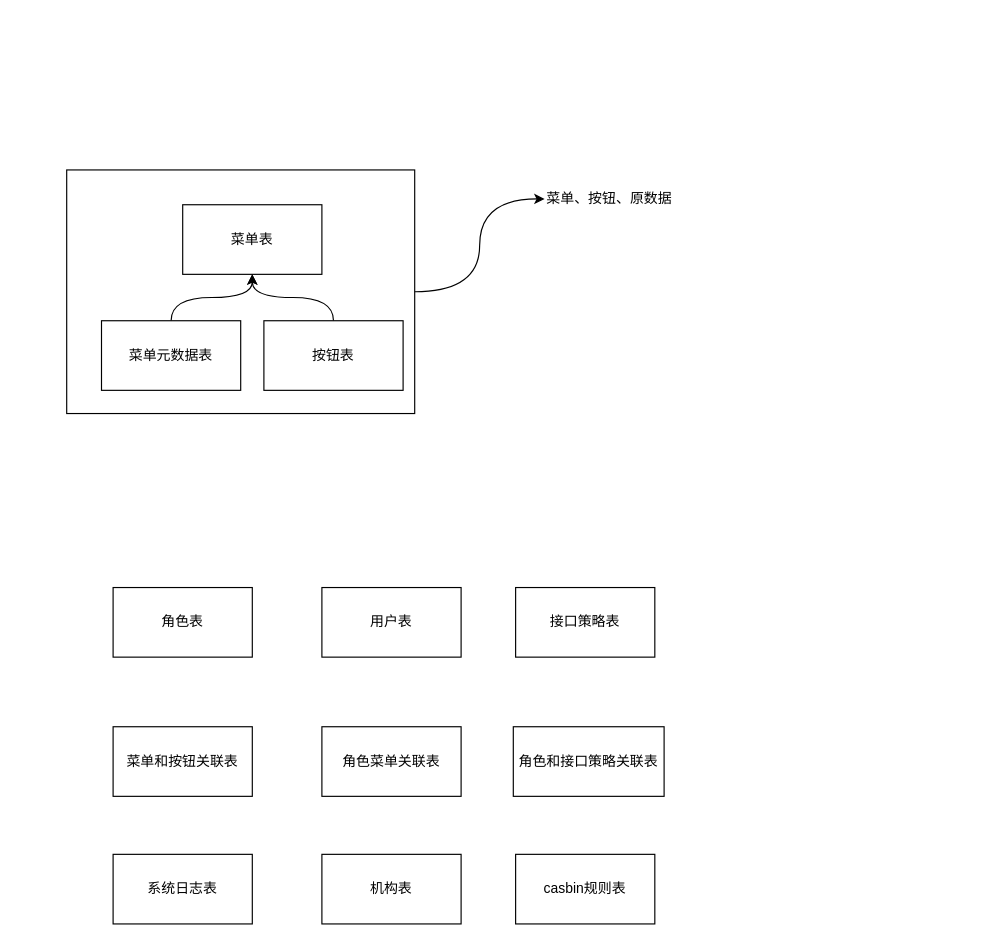
The draw.io diagram zk-iris系统模块流程图.drawio in chwnjianhui/draw.io, before the edit. Source tidied: cells renumbered, new cells numbered last; positions are measured from the earlier drawing's top-left corner, leaving out a move shared by most shapes. Both pictures are drawn from the tidied source at 116%, with x=0, y=0 at pixel (66, 169).
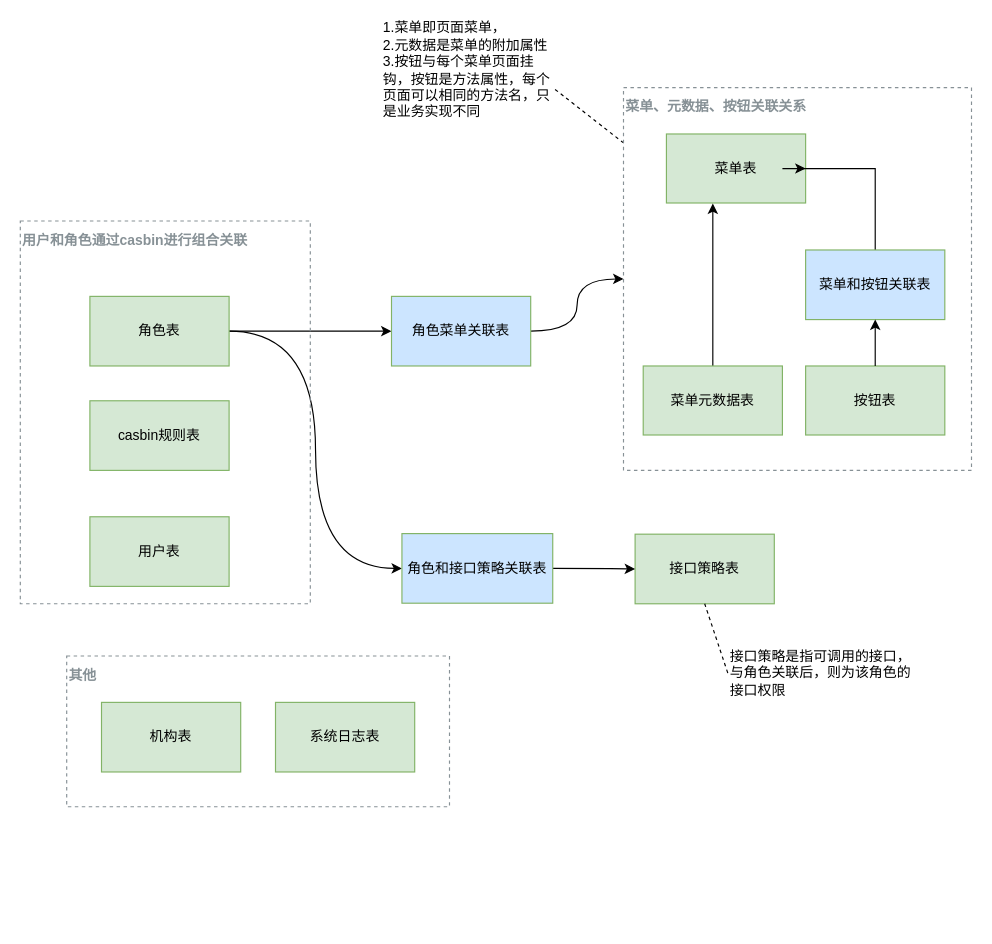
Above is the later version.

Commit message:
更新zk-iris系统模块流程图.drawio

Diff of the diagram source:
```diff
@@
+    <mxCell id="20" style="edgeStyle=orthogonalEdgeStyle;curved=1;rounded=0;jettySize=auto;html=1;" parent="1" edge="1" source="2" target="4">
+      <mxGeometry relative="1" as="geometry" />
+    </mxCell>
+    <mxCell id="21" style="edgeStyle=orthogonalEdgeStyle;curved=1;rounded=0;jettySize=auto;html=1;entryX=0;entryY=0.5;entryDx=0;entryDy=0;" parent="1" edge="1" source="2" target="7">
+      <mxGeometry relative="1" as="geometry" />
+    </mxCell>
+    <mxCell id="22" style="edgeStyle=orthogonalEdgeStyle;curved=1;rounded=0;jettySize=auto;html=1;entryX=0;entryY=0.5;entryDx=0;entryDy=0;" parent="1" edge="1" source="4" target="28">
+      <mxGeometry relative="1" as="geometry" />
+    </mxCell>
+    <mxCell id="4" value="角色菜单关联表" style="rounded=0;whiteSpace=wrap;html=1;fillColor=#CCE5FF;strokeColor=#82b366;" parent="1" vertex="1">
+      <mxGeometry x="280" y="109" width="120" height="60" as="geometry" />
+    </mxCell>
+    <mxCell id="5" value="接口策略表" style="rounded=0;whiteSpace=wrap;html=1;fillColor=#d5e8d4;strokeColor=#82b366;" parent="1" vertex="1">
+      <mxGeometry x="490" y="314" width="120" height="60" as="geometry" />
+    </mxCell>
+    <mxCell id="23" style="edgeStyle=orthogonalEdgeStyle;curved=1;rounded=0;jettySize=auto;html=1;" parent="1" edge="1" source="7" target="5">
+      <mxGeometry relative="1" as="geometry" />
+    </mxCell>
+    <mxCell id="7" value="角色和接口策略关联表" style="rounded=0;whiteSpace=wrap;html=1;fillColor=#CCE5FF;strokeColor=#82b366;" parent="1" vertex="1">
+      <mxGeometry x="289" y="313.5" width="130" height="60" as="geometry" />
+    </mxCell>
+    <mxCell id="18" value="1.菜单即页面菜单，&lt;br&gt;2.元数据是菜单的附加属性&lt;br&gt;3.按钮与每个菜单页面挂钩，按钮是方法属性，每个页面可以相同的方法名，只是业务实现不同" style="text;html=1;strokeColor=none;fillColor=none;align=left;verticalAlign=middle;whiteSpace=wrap;rounded=0;" parent="1" vertex="1">
+      <mxGeometry x="271" y="-101" width="148" height="30" as="geometry" />
+    </mxCell>
+    <mxCell id="24" value="接口策略是指可调用的接口，与角色关联后，则为该角色的接口权限" style="text;html=1;strokeColor=none;fillColor=none;align=left;verticalAlign=middle;whiteSpace=wrap;rounded=0;" parent="1" vertex="1">
+      <mxGeometry x="570" y="419" width="160" height="30" as="geometry" />
+    </mxCell>
+    <mxCell id="25" style="endArrow=none;dashed=1;html=1;rounded=0;curved=1;entryX=1;entryY=1;entryDx=0;entryDy=0;" parent="1" edge="1" source="28" target="18">
+      <mxGeometry relative="1" as="geometry" />
+    </mxCell>
+    <mxCell id="26" style="endArrow=none;dashed=1;html=1;rounded=0;curved=1;entryX=0;entryY=0.5;entryDx=0;entryDy=0;exitX=0.5;exitY=1;exitDx=0;exitDy=0;" parent="1" edge="1" source="5" target="24">
+      <mxGeometry relative="1" as="geometry" />
+    </mxCell>
+    <mxCell id="27" style="group;" parent="1" vertex="1">
+      <mxGeometry x="480" y="-71" width="300" height="330" as="geometry" />
+    </mxCell>
+    <mxCell id="28" value="菜单、元数据、按钮关联关系" style="outlineConnect=0;gradientColor=none;html=1;whiteSpace=wrap;fontSize=12;fontStyle=1;strokeColor=#879196;fillColor=none;verticalAlign=top;align=left;fontColor=#879196;dashed=1;spacingTop=3;" parent="27" vertex="1">
+      <mxGeometry width="300" height="330" as="geometry" />
+    </mxCell>
+    <mxCell id="13" value="菜单表" style="rounded=0;whiteSpace=wrap;html=1;fillColor=#d5e8d4;strokeColor=#82b366;" parent="27" vertex="1">
+      <mxGeometry x="37" y="40" width="120" height="59.5" as="geometry" />
+    </mxCell>
+    <mxCell id="29" style="edgeStyle=orthogonalEdgeStyle;rounded=0;jettySize=auto;html=1;exitX=0.5;exitY=0;exitDx=0;exitDy=0;" parent="27" edge="1" source="15">
+      <mxGeometry relative="1" as="geometry">
+        <mxPoint x="77" y="100" as="targetPoint" />
+      </mxGeometry>
+    </mxCell>
+    <mxCell id="15" value="菜单元数据表" style="rounded=0;whiteSpace=wrap;html=1;fillColor=#d5e8d4;strokeColor=#82b366;" parent="27" vertex="1">
+      <mxGeometry x="17" y="240" width="120" height="59.5" as="geometry" />
+    </mxCell>
+    <mxCell id="17" value="按钮表" style="rounded=0;whiteSpace=wrap;html=1;fillColor=#d5e8d4;strokeColor=#82b366;" parent="27" vertex="1">
+      <mxGeometry x="157" y="240" width="120" height="59.5" as="geometry" />
+    </mxCell>
+    <mxCell id="30" style="edgeStyle=orthogonalEdgeStyle;rounded=0;jettySize=auto;html=1;entryX=1;entryY=0.5;entryDx=0;entryDy=0;" parent="27" edge="1" source="6" target="13">
+      <mxGeometry relative="1" as="geometry" />
+    </mxCell>
+    <mxCell id="6" value="菜单和按钮关联表" style="rounded=0;whiteSpace=wrap;html=1;fillColor=#CCE5FF;strokeColor=#82b366;" parent="27" vertex="1">
+      <mxGeometry x="157" y="140" width="120" height="60" as="geometry" />
+    </mxCell>
+    <mxCell id="31" style="edgeStyle=orthogonalEdgeStyle;curved=1;rounded=0;jettySize=auto;html=1;exitX=0.5;exitY=0;exitDx=0;exitDy=0;entryX=0.5;entryY=1;entryDx=0;entryDy=0;" parent="27" edge="1" source="17" target="6">
+      <mxGeometry relative="1" as="geometry" />
+    </mxCell>
+    <mxCell id="32" style="group;" parent="1" vertex="1">
+      <mxGeometry x="-40" y="44" width="250" height="330" as="geometry" />
+    </mxCell>
+    <mxCell id="33" value="用户和角色通过casbin进行组合关联" style="gradientColor=none;html=1;whiteSpace=wrap;fontSize=12;fontStyle=1;strokeColor=#879196;fillColor=none;verticalAlign=top;align=left;fontColor=#879196;dashed=1;spacingTop=3;labelBorderColor=none;" parent="32" vertex="1">
+      <mxGeometry width="250" height="330" as="geometry" />
+    </mxCell>
-    <mxCell id="2" value="角色表" style="rounded=0;whiteSpace=wrap;html=1;" parent="1" vertex="1">
-      <mxGeometry x="40" y="360" width="120" height="60" as="geometry" />
+    <mxCell id="2" value="角色表" style="rounded=0;whiteSpace=wrap;html=1;fillColor=#d5e8d4;strokeColor=#82b366;" parent="32" vertex="1">
+      <mxGeometry x="60" y="65" width="120" height="60" as="geometry" />
     </mxCell>
-    <mxCell id="3" value="用户表" style="rounded=0;whiteSpace=wrap;html=1;" parent="1" vertex="1">
-      <mxGeometry x="220" y="360" width="120" height="60" as="geometry" />
+    <mxCell id="3" value="用户表" style="rounded=0;whiteSpace=wrap;html=1;fillColor=#d5e8d4;strokeColor=#82b366;" parent="32" vertex="1">
+      <mxGeometry x="60" y="255" width="120" height="60" as="geometry" />
     </mxCell>
-    <mxCell id="4" value="角色菜单关联表" style="rounded=0;whiteSpace=wrap;html=1;" parent="1" vertex="1">
-      <mxGeometry x="220" y="480" width="120" height="60" as="geometry" />
-    </mxCell>
-    <mxCell id="5" value="接口策略表" style="rounded=0;whiteSpace=wrap;html=1;" parent="1" vertex="1">
-      <mxGeometry x="387" y="360" width="120" height="60" as="geometry" />
-    </mxCell>
-    <mxCell id="6" value="菜单和按钮关联表" style="rounded=0;whiteSpace=wrap;html=1;" parent="1" vertex="1">
-      <mxGeometry x="40" y="480" width="120" height="60" as="geometry" />
-    </mxCell>
-    <mxCell id="7" value="角色和接口策略关联表" style="rounded=0;whiteSpace=wrap;html=1;" parent="1" vertex="1">
-      <mxGeometry x="385" y="480" width="130" height="60" as="geometry" />
-    </mxCell>
+    <mxCell id="10" value="casbin规则表" style="rounded=0;whiteSpace=wrap;html=1;fillColor=#d5e8d4;strokeColor=#82b366;" parent="32" vertex="1">
+      <mxGeometry x="60" y="155" width="120" height="60" as="geometry" />
+    </mxCell>
+    <mxCell id="34" style="group;" parent="1" vertex="1">
+      <mxGeometry y="419" width="330" height="130" as="geometry" />
+    </mxCell>
-    <mxCell id="8" value="系统日志表" style="rounded=0;whiteSpace=wrap;html=1;" parent="1" vertex="1">
-      <mxGeometry x="40" y="590" width="120" height="60" as="geometry" />
+    <mxCell id="8" value="系统日志表" style="rounded=0;whiteSpace=wrap;html=1;fillColor=#d5e8d4;strokeColor=#82b366;" parent="34" vertex="1">
+      <mxGeometry x="180" y="40" width="120" height="60" as="geometry" />
     </mxCell>
-    <mxCell id="9" value="机构表" style="rounded=0;whiteSpace=wrap;html=1;" parent="1" vertex="1">
-      <mxGeometry x="220" y="590" width="120" height="60" as="geometry" />
+    <mxCell id="9" value="机构表" style="rounded=0;whiteSpace=wrap;html=1;fillColor=#d5e8d4;strokeColor=#82b366;" parent="34" vertex="1">
+      <mxGeometry x="30" y="40" width="120" height="60" as="geometry" />
     </mxCell>
-    <mxCell id="10" value="casbin规则表" style="rounded=0;whiteSpace=wrap;html=1;" parent="1" vertex="1">
-      <mxGeometry x="387" y="590" width="120" height="60" as="geometry" />
-    </mxCell>
-    <mxCell id="11" style="group;" parent="1" vertex="1">
-      <mxGeometry width="300" height="210" as="geometry" />
-    </mxCell>
-    <mxCell id="12" style="rounded=0;whiteSpace=wrap;html=1;" parent="11" vertex="1">
-      <mxGeometry width="300" height="210" as="geometry" />
-    </mxCell>
-    <mxCell id="13" value="菜单表" style="rounded=0;whiteSpace=wrap;html=1;" parent="11" vertex="1">
-      <mxGeometry x="100" y="30" width="120" height="60" as="geometry" />
-    </mxCell>
-    <mxCell id="14" style="edgeStyle=orthogonalEdgeStyle;curved=1;rounded=0;jettySize=auto;html=1;exitX=0.5;exitY=0;exitDx=0;exitDy=0;entryX=0.5;entryY=1;entryDx=0;entryDy=0;" parent="11" edge="1" source="15" target="13">
-      <mxGeometry relative="1" as="geometry" />
-    </mxCell>
-    <mxCell id="15" value="菜单元数据表" style="rounded=0;whiteSpace=wrap;html=1;" parent="11" vertex="1">
-      <mxGeometry x="30" y="130" width="120" height="60" as="geometry" />
-    </mxCell>
-    <mxCell id="16" style="edgeStyle=orthogonalEdgeStyle;curved=1;rounded=0;jettySize=auto;html=1;exitX=0.5;exitY=0;exitDx=0;exitDy=0;" parent="11" edge="1" source="17" target="13">
-      <mxGeometry relative="1" as="geometry">
-        <Array as="points">
-          <mxPoint x="230" y="110" />
-          <mxPoint x="160" y="110" />
-        </Array>
-      </mxGeometry>
-    </mxCell>
-    <mxCell id="17" value="按钮表" style="rounded=0;whiteSpace=wrap;html=1;" parent="11" vertex="1">
-      <mxGeometry x="170" y="130" width="120" height="60" as="geometry" />
-    </mxCell>
-    <mxCell id="18" value="菜单、按钮、原数据" style="text;html=1;strokeColor=none;fillColor=none;align=left;verticalAlign=middle;whiteSpace=wrap;rounded=0;" parent="1" vertex="1">
-      <mxGeometry x="412" y="10" width="148" height="30" as="geometry" />
-    </mxCell>
-    <mxCell id="19" style="edgeStyle=orthogonalEdgeStyle;curved=1;rounded=0;jettySize=auto;html=1;" parent="1" edge="1" source="12" target="18">
-      <mxGeometry relative="1" as="geometry" />
-    </mxCell>
+    <mxCell id="35" value="其他" style="gradientColor=none;html=1;whiteSpace=wrap;fontSize=12;fontStyle=1;strokeColor=#879196;fillColor=none;verticalAlign=top;align=left;fontColor=#879196;dashed=1;spacingTop=3;labelBorderColor=none;" parent="34" vertex="1">
+      <mxGeometry width="330" height="130" as="geometry" />
+    </mxCell>
```
